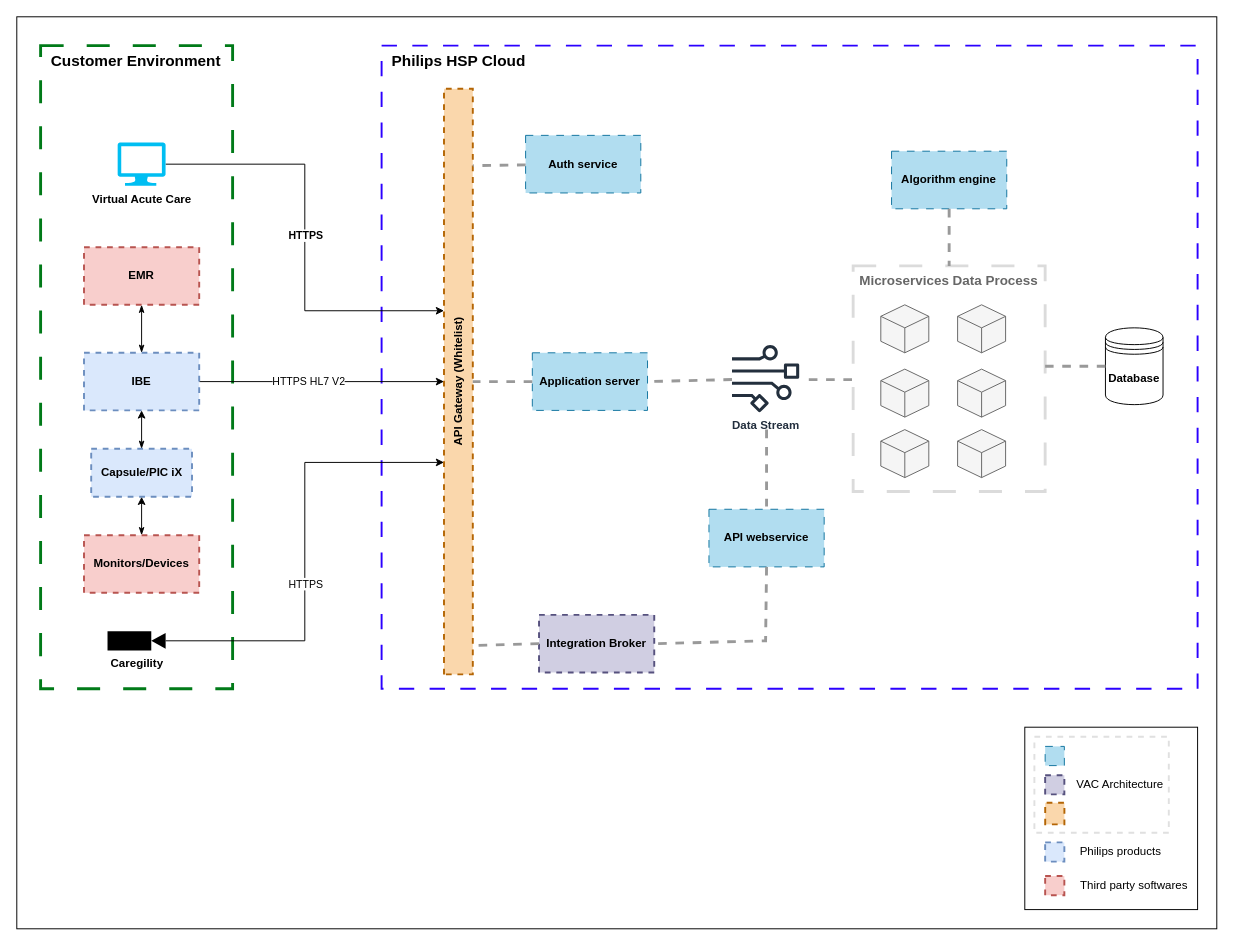
Earlier version of the draw.io diagram VAC 1.0 - Comercial Architecture view.drawio (ez-philips/draw_io_diagrams). Source tidied: cells renumbered, new cells numbered last; positions are measured from the earlier drawing's top-left corner, leaving out a move shared by most shapes. Both pictures are drawn from the tidied source at 96%, with x=0, y=0 at pixel (16, 16).
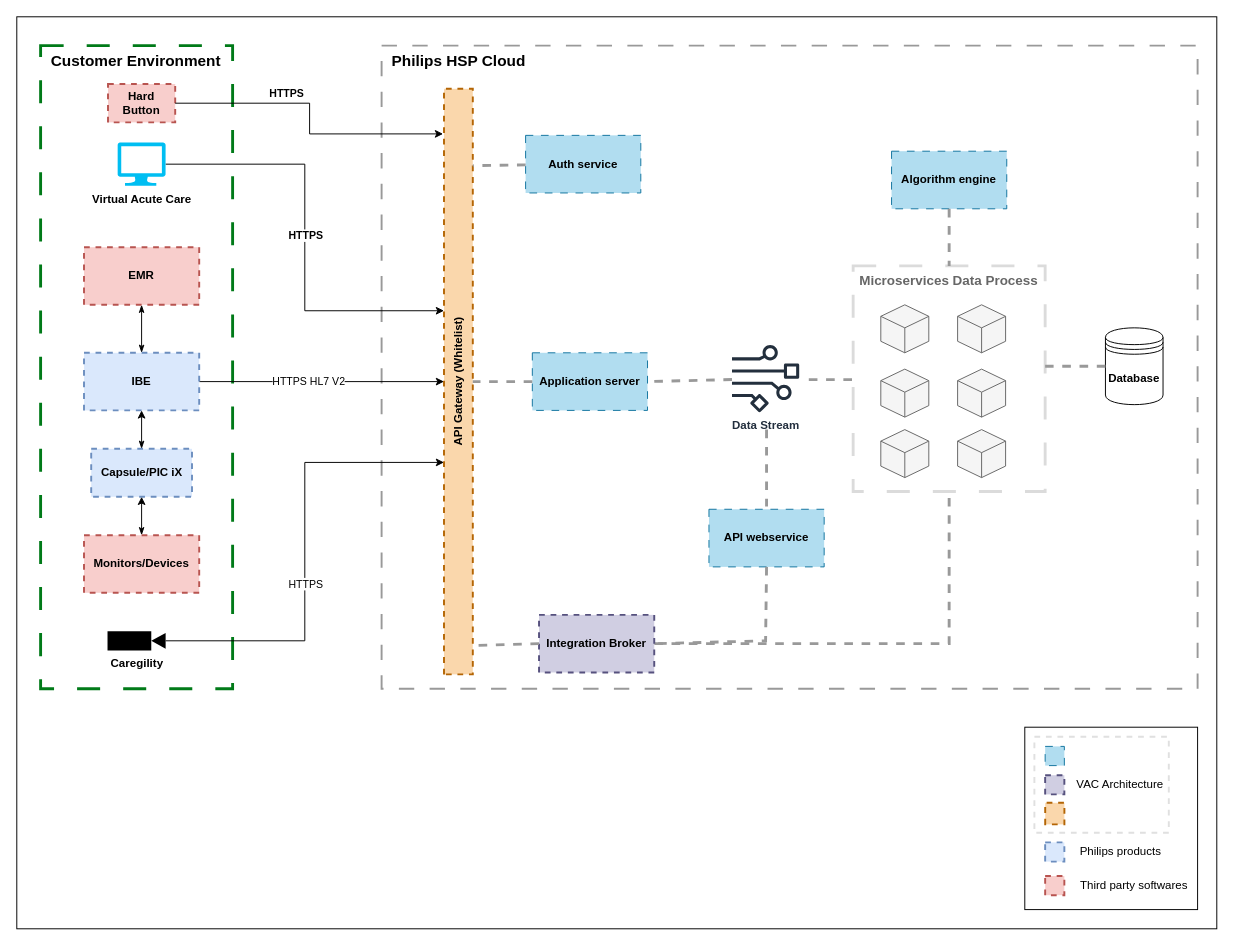
After the change.

The change refers to these unchanged cells:
```xml
<mxCell id="15" value="&lt;b&gt;API Gateway (Whitelist)&lt;/b&gt;" style="rounded=0;whiteSpace=wrap;html=1;fillColor=#fad7ac;strokeColor=#b46504;dashed=1;strokeWidth=2;rotation=-90;" parent="1" vertex="1">
  <mxGeometry x="155" y="365" width="610" height="30" as="geometry" />
</mxCell>
<mxCell id="16" value="Integration Broker" style="rounded=0;whiteSpace=wrap;html=1;fillColor=#d0cee2;strokeColor=#56517e;dashed=1;strokeWidth=2;fontStyle=1;" parent="1" vertex="1">
  <mxGeometry x="544" y="623" width="120" height="60" as="geometry" />
</mxCell>
<mxCell id="43" value="Microservices Data Process" style="rounded=0;whiteSpace=wrap;html=1;dashed=1;dashPattern=8 8;strokeWidth=3;align=center;verticalAlign=top;fontStyle=1;fontSize=14;strokeColor=#DBDBDB;fontColor=#666666;" parent="1" vertex="1">
  <mxGeometry x="871.2" y="259.5" width="200" height="235" as="geometry" />
</mxCell>
```

The edit, as a diff of the source:
```diff
@@
-    <mxCell id="5" value="&amp;nbsp; Philips HSP Cloud" style="rounded=0;whiteSpace=wrap;html=1;fillColor=none;dashed=1;dashPattern=8 8;strokeWidth=2;strokeColor=#2b00ff;align=left;verticalAlign=top;fontStyle=1;fontSize=16;" parent="1" vertex="1">
+    <mxCell id="5" value="&amp;nbsp; Philips HSP Cloud" style="rounded=0;whiteSpace=wrap;html=1;fillColor=none;dashed=1;dashPattern=8 8;strokeWidth=2;strokeColor=#999999;align=left;verticalAlign=top;fontStyle=1;fontSize=16;" parent="1" vertex="1">
       <mxGeometry x="380" y="30" width="850" height="670" as="geometry" />
     </mxCell>
@@
+    <mxCell id="54" style="edgeStyle=orthogonalEdgeStyle;rounded=0;jettySize=auto;html=1;entryX=0.5;entryY=1;entryDx=0;entryDy=0;dashed=1;strokeWidth=3;strokeColor=#999999;endArrow=none;endFill=0;" parent="1" edge="1" source="16" target="43">
+      <mxGeometry relative="1" as="geometry" />
+    </mxCell>
@@
+    <mxCell id="55" value="Hard Button" style="rounded=0;whiteSpace=wrap;html=1;fillColor=#f8cecc;strokeColor=#b85450;dashed=1;strokeWidth=2;fontStyle=1;" parent="1" vertex="1">
+      <mxGeometry x="95" y="70" width="70" height="40" as="geometry" />
+    </mxCell>
+    <mxCell id="56" style="edgeStyle=orthogonalEdgeStyle;rounded=0;jettySize=auto;html=1;entryX=0.923;entryY=-0.033;entryDx=0;entryDy=0;entryPerimeter=0;" parent="1" edge="1" source="55" target="15">
+      <mxGeometry relative="1" as="geometry" />
+    </mxCell>
+    <mxCell id="57" value="&lt;b&gt;HTTPS&lt;/b&gt;" style="edgeLabel;html=1;align=center;verticalAlign=middle;" parent="1" vertex="1">
+      <mxGeometry x="310" y="238.5" as="geometry">
+        <mxPoint x="-30" y="-159" as="offset" />
+      </mxGeometry>
+    </mxCell>
```
